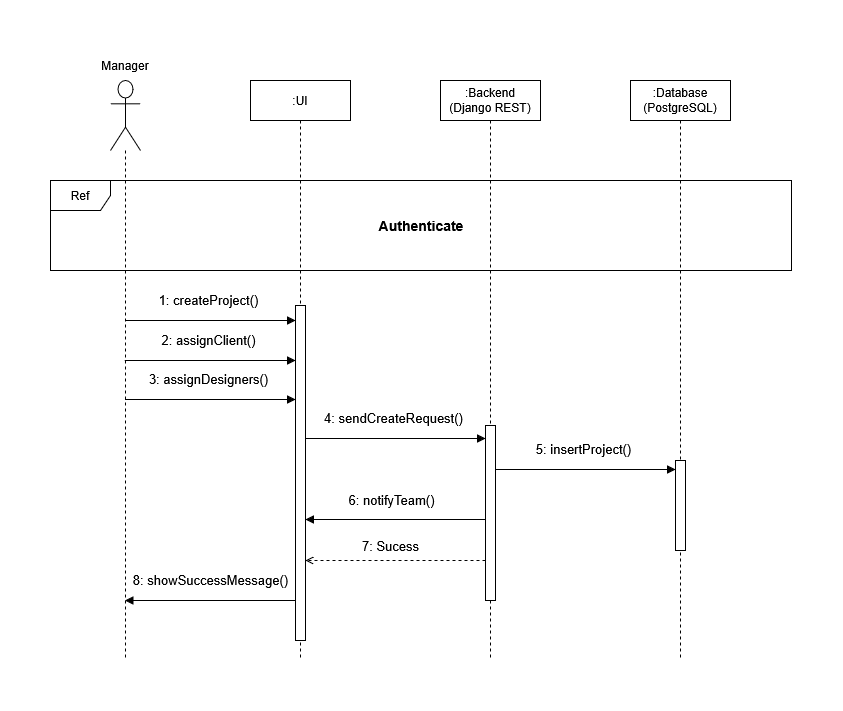
The draw.io diagram docs/diagrams/SequenceProjectCreation.drawio.png in mahdi000666/design-analytics, before a commit. Source tidied: cells renumbered, new cells last; positions are measured from the earlier drawing's top-left corner, leaving out a move shared by most shapes.
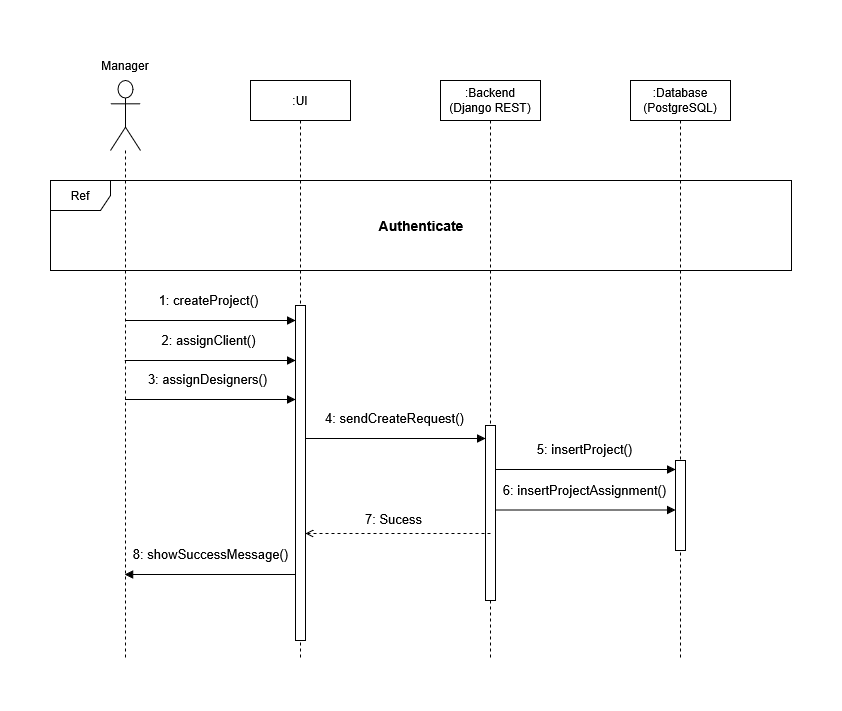
The same diagram one commit later.

The edit, as a diff of the source:
```diff
@@ -68,28 +68,27 @@
         </Array>
       </mxGeometry>
     </mxCell>
-    <mxCell id="17" value="6: notifyTeam()" style="html=1;verticalAlign=bottom;endArrow=block;strokeWidth=1;fontSize=13;" parent="1" edge="1">
-      <mxGeometry x="0.42" y="-9" relative="1" as="geometry">
-        <mxPoint x="330" y="469" as="sourcePoint" />
-        <mxPoint x="255" y="469" as="targetPoint" />
-        <Array as="points">
-          <mxPoint x="440" y="469" />
-        </Array>
-      </mxGeometry>
-    </mxCell>
     <mxCell id="18" value="7: Sucess" style="html=1;verticalAlign=bottom;endArrow=open;strokeWidth=1;fontSize=13;dashed=1;endFill=0;" parent="1" edge="1">
       <mxGeometry x="0.06" y="-4" relative="1" as="geometry">
-        <mxPoint x="435" y="510" as="sourcePoint" />
-        <mxPoint x="255" y="510" as="targetPoint" />
+        <mxPoint x="440" y="483" as="sourcePoint" />
+        <mxPoint x="255" y="483" as="targetPoint" />
       </mxGeometry>
     </mxCell>
-    <mxCell id="19" value="8: showSuccessMessage()" style="html=1;verticalAlign=bottom;endArrow=block;strokeWidth=1;fontSize=13;" parent="1" edge="1" source="4" target="2">
+    <mxCell id="19" value="8: showSuccessMessage()" style="html=1;verticalAlign=bottom;endArrow=block;strokeWidth=1;fontSize=13;" parent="1" edge="1">
       <mxGeometry y="-10" relative="1" as="geometry">
+        <mxPoint x="245" y="524" as="sourcePoint" />
+        <mxPoint x="74.3" y="524" as="targetPoint" />
         <Array as="points">
-          <mxPoint x="190" y="550" />
-          <mxPoint x="130" y="550" />
+          <mxPoint x="190" y="524" />
+          <mxPoint x="130" y="524" />
         </Array>
       </mxGeometry>
     </mxCell>
+    <mxCell id="20" value="6: insertProjectAssignment()" style="html=1;verticalAlign=bottom;endArrow=block;strokeWidth=1;fontSize=13;" parent="1" edge="1">
+      <mxGeometry x="-0.02" y="10" relative="1" as="geometry">
+        <mxPoint x="445" y="459.5" as="sourcePoint" />
+        <mxPoint x="625" y="459.5" as="targetPoint" />
+      </mxGeometry>
+    </mxCell>
   </root>
 </mxGraphModel>
```
